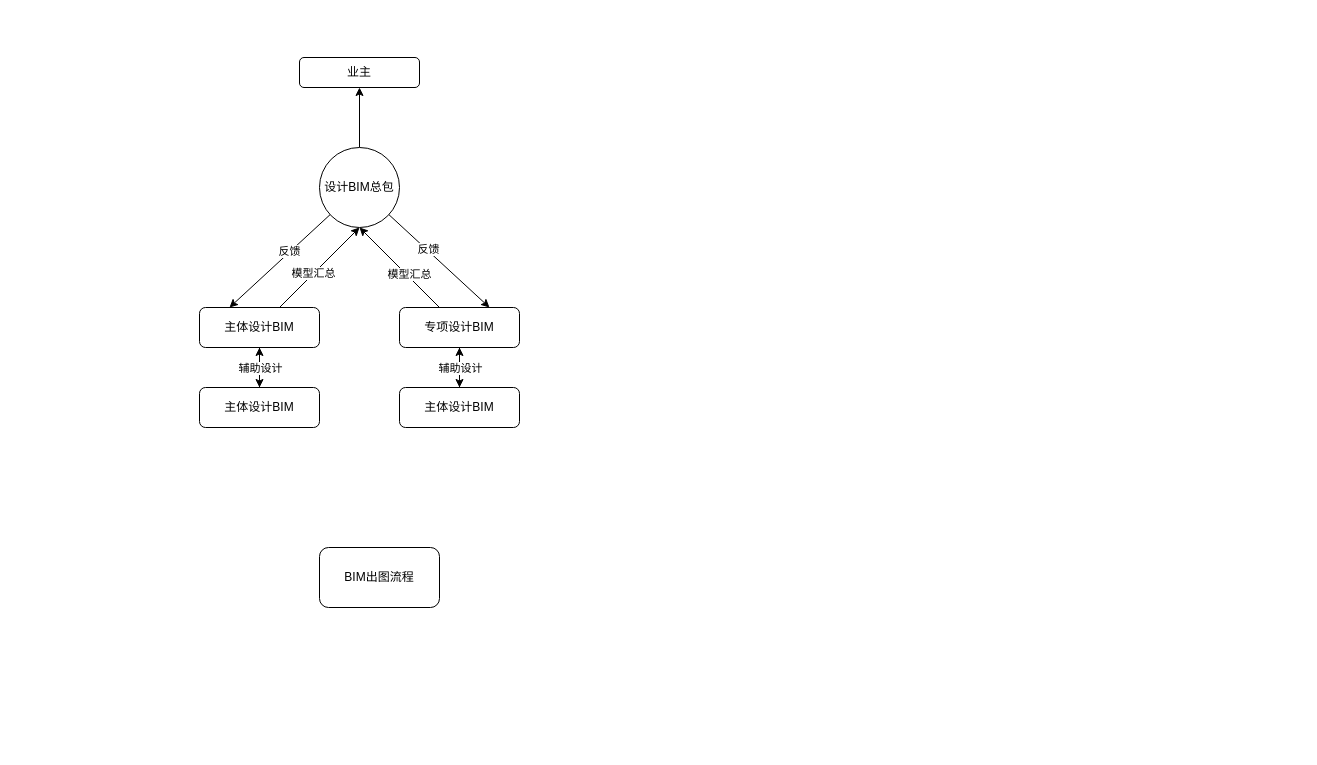
Above: BIM总包.drawio in gaochaowyq/MinderGraph (draw.io), before the change. Source tidied: cells renumbered, new cells numbered last; positions are measured from the earlier drawing's top-left corner, leaving out a move shared by most shapes. Both pictures are drawn from the tidied source at 100%, with x=0, y=0 at pixel (199, 57).
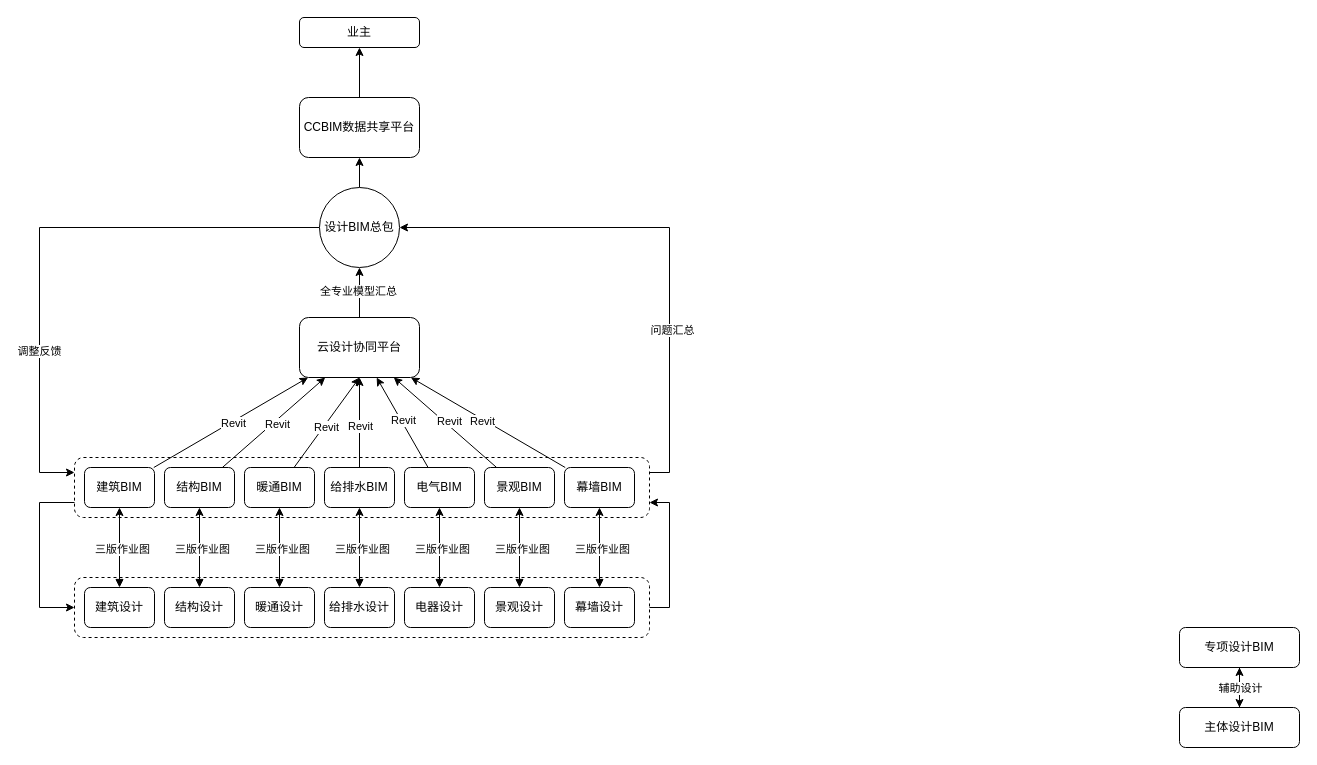
After the change.

What changed in the source:
```diff
@@
-    <mxCell id="2" style="edgeStyle=none;rounded=0;jettySize=auto;html=1;entryX=0.5;entryY=1;entryDx=0;entryDy=0;" parent="1" edge="1" source="7" target="16">
-      <mxGeometry relative="1" as="geometry" />
-    </mxCell>
-    <mxCell id="3" style="edgeStyle=none;rounded=0;jettySize=auto;html=1;entryX=0.25;entryY=0;entryDx=0;entryDy=0;" parent="1" edge="1" source="7" target="11">
-      <mxGeometry relative="1" as="geometry" />
-    </mxCell>
-    <mxCell id="4" value="反馈" style="edgeLabel;html=1;align=center;verticalAlign=middle;" parent="3" vertex="1">
-      <mxGeometry x="-0.2" y="-1" relative="1" as="geometry" />
-    </mxCell>
-    <mxCell id="5" style="edgeStyle=none;rounded=0;jettySize=auto;html=1;entryX=0.75;entryY=0;entryDx=0;entryDy=0;" parent="1" edge="1" source="7" target="15">
-      <mxGeometry relative="1" as="geometry" />
-    </mxCell>
-    <mxCell id="6" value="反馈" style="edgeLabel;html=1;align=center;verticalAlign=middle;" parent="5" vertex="1">
-      <mxGeometry x="-0.24" y="1" relative="1" as="geometry" />
-    </mxCell>
+    <mxCell id="24" style="edgeStyle=orthogonalEdgeStyle;rounded=0;jettySize=auto;html=1;" parent="1" edge="1" source="7" target="33">
+      <mxGeometry relative="1" as="geometry" />
+    </mxCell>
+    <mxCell id="25" style="edgeStyle=orthogonalEdgeStyle;rounded=0;jettySize=auto;html=1;entryX=0;entryY=0.25;entryDx=0;entryDy=0;exitX=0;exitY=0.5;exitDx=0;exitDy=0;" parent="1" edge="1" source="7" target="76">
+      <mxGeometry relative="1" as="geometry">
+        <Array as="points">
+          <mxPoint x="-160" y="170" />
+          <mxPoint x="-160" y="415" />
+        </Array>
+      </mxGeometry>
+    </mxCell>
+    <mxCell id="26" value="调整反馈" style="edgeLabel;html=1;align=center;verticalAlign=middle;" parent="25" vertex="1">
+      <mxGeometry x="0.44" y="-1" relative="1" as="geometry" />
+    </mxCell>
     <mxCell id="7" value="设计BIM总包" style="ellipse;whiteSpace=wrap;html=1;" parent="1" vertex="1">
-      <mxGeometry x="120" y="90" width="80" height="80" as="geometry" />
+      <mxGeometry x="120" y="130" width="80" height="80" as="geometry" />
     </mxCell>
-    <mxCell id="8" style="edgeStyle=none;rounded=0;jettySize=auto;html=1;entryX=0.5;entryY=1;entryDx=0;entryDy=0;" parent="1" edge="1" source="11" target="7">
-      <mxGeometry relative="1" as="geometry" />
-    </mxCell>
-    <mxCell id="9" value="模型汇总" style="edgeLabel;html=1;align=center;verticalAlign=middle;" parent="8" vertex="1">
-      <mxGeometry x="-0.15" relative="1" as="geometry">
-        <mxPoint y="-1" as="offset" />
-      </mxGeometry>
-    </mxCell>
-    <mxCell id="10" style="edgeStyle=none;rounded=0;jettySize=auto;html=1;" parent="1" edge="1" source="11" target="19">
-      <mxGeometry relative="1" as="geometry" />
-    </mxCell>
+    <mxCell id="27" style="rounded=0;jettySize=auto;html=1;" parent="1" edge="1" source="11" target="31">
+      <mxGeometry relative="1" as="geometry" />
+    </mxCell>
+    <mxCell id="28" value="Revit" style="edgeLabel;html=1;align=center;verticalAlign=middle;" parent="27" vertex="1">
+      <mxGeometry x="0.02" y="-1" relative="1" as="geometry" />
+    </mxCell>
-    <mxCell id="11" value="主体设计BIM" style="rounded=1;whiteSpace=wrap;html=1;" parent="1" vertex="1">
-      <mxGeometry y="250" width="120" height="40" as="geometry" />
+    <mxCell id="11" value="建筑BIM" style="rounded=1;whiteSpace=wrap;html=1;" parent="1" vertex="1">
+      <mxGeometry x="-115" y="410" width="70" height="40" as="geometry" />
     </mxCell>
-    <mxCell id="12" style="rounded=0;jettySize=auto;html=1;entryX=0.5;entryY=1;entryDx=0;entryDy=0;" parent="1" edge="1" source="15" target="7">
-      <mxGeometry relative="1" as="geometry" />
-    </mxCell>
-    <mxCell id="13" value="模型汇总" style="edgeLabel;html=1;align=center;verticalAlign=middle;" parent="12" vertex="1">
-      <mxGeometry x="-0.2" y="-2" relative="1" as="geometry" />
-    </mxCell>
@@
     <mxCell id="15" value="专项设计BIM" style="rounded=1;whiteSpace=wrap;html=1;" parent="1" vertex="1">
-      <mxGeometry x="200" y="250" width="120" height="40" as="geometry" />
+      <mxGeometry x="980" y="570" width="120" height="40" as="geometry" />
     </mxCell>
     <mxCell id="16" value="业主" style="rounded=1;whiteSpace=wrap;html=1;" parent="1" vertex="1">
-      <mxGeometry x="100" width="120" height="30" as="geometry" />
+      <mxGeometry x="100" y="-40" width="120" height="30" as="geometry" />
     </mxCell>
-    <mxCell id="17" style="edgeStyle=none;rounded=0;jettySize=auto;html=1;" parent="1" edge="1" source="19" target="11">
-      <mxGeometry relative="1" as="geometry" />
-    </mxCell>
-    <mxCell id="18" value="辅助设计" style="edgeLabel;html=1;align=center;verticalAlign=middle;" parent="17" vertex="1">
-      <mxGeometry x="0.47" y="-1" relative="1" as="geometry">
-        <mxPoint x="-1" y="9" as="offset" />
-      </mxGeometry>
-    </mxCell>
-    <mxCell id="19" value="主体设计BIM" style="rounded=1;whiteSpace=wrap;html=1;" parent="1" vertex="1">
-      <mxGeometry y="330" width="120" height="40" as="geometry" />
-    </mxCell>
@@
     <mxCell id="22" value="主体设计BIM" style="rounded=1;whiteSpace=wrap;html=1;" parent="1" vertex="1">
-      <mxGeometry x="200" y="330" width="120" height="40" as="geometry" />
+      <mxGeometry x="980" y="650" width="120" height="40" as="geometry" />
     </mxCell>
-    <mxCell id="23" value="BIM出图流程" style="rounded=1;whiteSpace=wrap;html=1;" parent="1" vertex="1">
-      <mxGeometry x="120" y="490" width="120" height="60" as="geometry" />
-    </mxCell>
+    <mxCell id="29" style="edgeStyle=orthogonalEdgeStyle;rounded=0;jettySize=auto;html=1;" parent="1" edge="1" source="31" target="7">
+      <mxGeometry relative="1" as="geometry" />
+    </mxCell>
+    <mxCell id="30" value="全专业模型汇总" style="edgeLabel;html=1;align=center;verticalAlign=middle;" parent="29" vertex="1">
+      <mxGeometry x="0.08" y="2" relative="1" as="geometry" />
+    </mxCell>
+    <mxCell id="31" value="云设计协同平台" style="rounded=1;whiteSpace=wrap;html=1;" parent="1" vertex="1">
+      <mxGeometry x="100" y="260" width="120" height="60" as="geometry" />
+    </mxCell>
+    <mxCell id="32" style="edgeStyle=orthogonalEdgeStyle;rounded=0;jettySize=auto;html=1;" parent="1" edge="1" source="33" target="16">
+      <mxGeometry relative="1" as="geometry" />
+    </mxCell>
+    <mxCell id="33" value="CCBIM数据共享平台" style="rounded=1;whiteSpace=wrap;html=1;" parent="1" vertex="1">
+      <mxGeometry x="100" y="40" width="120" height="60" as="geometry" />
+    </mxCell>
+    <mxCell id="34" style="rounded=0;jettySize=auto;html=1;" parent="1" edge="1" source="36" target="31">
+      <mxGeometry relative="1" as="geometry" />
+    </mxCell>
+    <mxCell id="35" value="Revit" style="edgeLabel;html=1;align=center;verticalAlign=middle;" parent="34" vertex="1">
+      <mxGeometry x="0.03" y="-3" relative="1" as="geometry" />
+    </mxCell>
+    <mxCell id="36" value="结构BIM" style="rounded=1;whiteSpace=wrap;html=1;" parent="1" vertex="1">
+      <mxGeometry x="-35" y="410" width="70" height="40" as="geometry" />
+    </mxCell>
+    <mxCell id="37" style="rounded=0;jettySize=auto;html=1;entryX=0.5;entryY=1;entryDx=0;entryDy=0;" parent="1" edge="1" source="39" target="31">
+      <mxGeometry relative="1" as="geometry" />
+    </mxCell>
+    <mxCell id="38" value="Revit" style="edgeLabel;html=1;align=center;verticalAlign=middle;" parent="37" vertex="1">
+      <mxGeometry x="-0.06" y="-2" relative="1" as="geometry" />
+    </mxCell>
+    <mxCell id="39" value="&lt;div&gt;暖通BIM&lt;/div&gt;" style="rounded=1;whiteSpace=wrap;html=1;" parent="1" vertex="1">
+      <mxGeometry x="45" y="410" width="70" height="40" as="geometry" />
+    </mxCell>
+    <mxCell id="40" style="rounded=0;jettySize=auto;html=1;entryX=0.5;entryY=1;entryDx=0;entryDy=0;" parent="1" edge="1" source="42" target="31">
+      <mxGeometry relative="1" as="geometry" />
+    </mxCell>
+    <mxCell id="41" value="Revit" style="edgeLabel;html=1;align=center;verticalAlign=middle;" parent="40" vertex="1">
+      <mxGeometry x="-0.06" relative="1" as="geometry" />
+    </mxCell>
+    <mxCell id="42" value="&lt;div&gt;给排水BIM&lt;/div&gt;" style="rounded=1;whiteSpace=wrap;html=1;" parent="1" vertex="1">
+      <mxGeometry x="125" y="410" width="70" height="40" as="geometry" />
+    </mxCell>
+    <mxCell id="43" style="rounded=0;jettySize=auto;html=1;" parent="1" edge="1" source="45" target="31">
+      <mxGeometry relative="1" as="geometry" />
+    </mxCell>
+    <mxCell id="44" value="Revit" style="edgeLabel;html=1;align=center;verticalAlign=middle;" parent="43" vertex="1">
+      <mxGeometry x="0.05" y="-2" relative="1" as="geometry" />
+    </mxCell>
+    <mxCell id="45" value="&lt;div&gt;电气BIM&lt;/div&gt;" style="rounded=1;whiteSpace=wrap;html=1;" parent="1" vertex="1">
+      <mxGeometry x="205" y="410" width="70" height="40" as="geometry" />
+    </mxCell>
+    <mxCell id="46" style="rounded=0;jettySize=auto;html=1;" parent="1" edge="1" source="48" target="31">
+      <mxGeometry relative="1" as="geometry" />
+    </mxCell>
+    <mxCell id="47" value="Revit" style="edgeLabel;html=1;align=center;verticalAlign=middle;" parent="46" vertex="1">
+      <mxGeometry x="0.07" y="-2" relative="1" as="geometry">
+        <mxPoint x="6" y="3" as="offset" />
+      </mxGeometry>
+    </mxCell>
+    <mxCell id="48" value="&lt;div&gt;景观BIM&lt;/div&gt;" style="rounded=1;whiteSpace=wrap;html=1;" parent="1" vertex="1">
+      <mxGeometry x="285" y="410" width="70" height="40" as="geometry" />
+    </mxCell>
+    <mxCell id="49" style="rounded=0;jettySize=auto;html=1;" parent="1" edge="1" source="51" target="31">
+      <mxGeometry relative="1" as="geometry" />
+    </mxCell>
+    <mxCell id="50" value="Revit" style="edgeLabel;html=1;align=center;verticalAlign=middle;" parent="49" vertex="1">
+      <mxGeometry x="0.06" y="2" relative="1" as="geometry" />
+    </mxCell>
+    <mxCell id="51" value="&lt;div&gt;幕墙BIM&lt;/div&gt;" style="rounded=1;whiteSpace=wrap;html=1;" parent="1" vertex="1">
+      <mxGeometry x="365" y="410" width="70" height="40" as="geometry" />
+    </mxCell>
+    <mxCell id="52" style="rounded=0;jettySize=auto;html=1;entryX=0.5;entryY=1;entryDx=0;entryDy=0;startArrow=block;startFill=1;" parent="1" edge="1" source="54" target="11">
+      <mxGeometry relative="1" as="geometry" />
+    </mxCell>
+    <mxCell id="53" value="三版作业图" style="edgeLabel;html=1;align=center;verticalAlign=middle;" parent="52" vertex="1">
+      <mxGeometry x="-0.03" y="-2" relative="1" as="geometry" />
+    </mxCell>
+    <mxCell id="54" value="建筑设计" style="rounded=1;whiteSpace=wrap;html=1;" parent="1" vertex="1">
+      <mxGeometry x="-115" y="530" width="70" height="40" as="geometry" />
+    </mxCell>
+    <mxCell id="55" style="rounded=0;jettySize=auto;html=1;startArrow=block;startFill=1;entryX=0.5;entryY=1;entryDx=0;entryDy=0;exitX=0.5;exitY=0;exitDx=0;exitDy=0;" parent="1" edge="1" source="57" target="36">
+      <mxGeometry relative="1" as="geometry" />
+    </mxCell>
+    <mxCell id="56" value="三版作业图" style="edgeLabel;html=1;align=center;verticalAlign=middle;" parent="55" vertex="1">
+      <mxGeometry x="-0.03" y="-2" relative="1" as="geometry" />
+    </mxCell>
+    <mxCell id="57" value="结构设计" style="rounded=1;whiteSpace=wrap;html=1;" parent="1" vertex="1">
+      <mxGeometry x="-35" y="530" width="70" height="40" as="geometry" />
+    </mxCell>
+    <mxCell id="58" style="rounded=0;jettySize=auto;html=1;startArrow=block;startFill=1;entryX=0.5;entryY=1;entryDx=0;entryDy=0;exitX=0.5;exitY=0;exitDx=0;exitDy=0;" parent="1" edge="1" source="60" target="39">
+      <mxGeometry relative="1" as="geometry" />
+    </mxCell>
+    <mxCell id="59" value="三版作业图" style="edgeLabel;html=1;align=center;verticalAlign=middle;" parent="58" vertex="1">
+      <mxGeometry x="-0.03" y="-2" relative="1" as="geometry" />
+    </mxCell>
+    <mxCell id="60" value="暖通设计" style="rounded=1;whiteSpace=wrap;html=1;" parent="1" vertex="1">
+      <mxGeometry x="45" y="530" width="70" height="40" as="geometry" />
+    </mxCell>
+    <mxCell id="61" style="rounded=0;jettySize=auto;html=1;startArrow=block;startFill=1;exitX=0.5;exitY=0;exitDx=0;exitDy=0;" parent="1" edge="1" source="63" target="42">
+      <mxGeometry relative="1" as="geometry" />
+    </mxCell>
+    <mxCell id="62" value="三版作业图" style="edgeLabel;html=1;align=center;verticalAlign=middle;" parent="61" vertex="1">
+      <mxGeometry x="-0.03" y="-2" relative="1" as="geometry" />
+    </mxCell>
+    <mxCell id="63" value="给排水设计" style="rounded=1;whiteSpace=wrap;html=1;" parent="1" vertex="1">
+      <mxGeometry x="125" y="530" width="70" height="40" as="geometry" />
+    </mxCell>
+    <mxCell id="64" style="rounded=0;jettySize=auto;html=1;startArrow=block;startFill=1;entryX=0.5;entryY=1;entryDx=0;entryDy=0;exitX=0.5;exitY=0;exitDx=0;exitDy=0;" parent="1" edge="1" source="66" target="45">
+      <mxGeometry relative="1" as="geometry" />
+    </mxCell>
+    <mxCell id="65" value="三版作业图" style="edgeLabel;html=1;align=center;verticalAlign=middle;" parent="64" vertex="1">
+      <mxGeometry x="-0.03" y="-2" relative="1" as="geometry" />
+    </mxCell>
+    <mxCell id="66" value="电器设计" style="rounded=1;whiteSpace=wrap;html=1;" parent="1" vertex="1">
+      <mxGeometry x="205" y="530" width="70" height="40" as="geometry" />
+    </mxCell>
+    <mxCell id="67" style="rounded=0;jettySize=auto;html=1;startArrow=block;startFill=1;entryX=0.5;entryY=1;entryDx=0;entryDy=0;exitX=0.5;exitY=0;exitDx=0;exitDy=0;" parent="1" edge="1" source="69" target="48">
+      <mxGeometry relative="1" as="geometry" />
+    </mxCell>
+    <mxCell id="68" value="三版作业图" style="edgeLabel;html=1;align=center;verticalAlign=middle;" parent="67" vertex="1">
+      <mxGeometry x="-0.03" y="-2" relative="1" as="geometry" />
+    </mxCell>
+    <mxCell id="69" value="景观设计" style="rounded=1;whiteSpace=wrap;html=1;" parent="1" vertex="1">
+      <mxGeometry x="285" y="530" width="70" height="40" as="geometry" />
+    </mxCell>
+    <mxCell id="70" style="rounded=0;jettySize=auto;html=1;startArrow=block;startFill=1;entryX=0.5;entryY=1;entryDx=0;entryDy=0;exitX=0.5;exitY=0;exitDx=0;exitDy=0;" parent="1" edge="1" source="72" target="51">
+      <mxGeometry relative="1" as="geometry" />
+    </mxCell>
+    <mxCell id="71" value="三版作业图" style="edgeLabel;html=1;align=center;verticalAlign=middle;" parent="70" vertex="1">
+      <mxGeometry x="-0.03" y="-2" relative="1" as="geometry" />
+    </mxCell>
+    <mxCell id="72" value="幕墙设计" style="rounded=1;whiteSpace=wrap;html=1;" parent="1" vertex="1">
+      <mxGeometry x="365" y="530" width="70" height="40" as="geometry" />
+    </mxCell>
+    <mxCell id="73" style="edgeStyle=orthogonalEdgeStyle;rounded=0;jettySize=auto;html=1;entryX=1;entryY=0.5;entryDx=0;entryDy=0;exitX=1;exitY=0.25;exitDx=0;exitDy=0;" parent="1" edge="1" source="76" target="7">
+      <mxGeometry relative="1" as="geometry" />
+    </mxCell>
+    <mxCell id="74" value="问题汇总" style="edgeLabel;html=1;align=center;verticalAlign=middle;" parent="73" vertex="1">
+      <mxGeometry x="-0.39" y="-2" relative="1" as="geometry" />
+    </mxCell>
+    <mxCell id="75" style="edgeStyle=orthogonalEdgeStyle;rounded=0;jettySize=auto;html=1;entryX=0;entryY=0.5;entryDx=0;entryDy=0;exitX=0;exitY=0.75;exitDx=0;exitDy=0;" parent="1" edge="1" source="76" target="78">
+      <mxGeometry relative="1" as="geometry">
+        <Array as="points">
+          <mxPoint x="-160" y="445" />
+          <mxPoint x="-160" y="550" />
+        </Array>
+      </mxGeometry>
+    </mxCell>
+    <mxCell id="76" style="rounded=1;whiteSpace=wrap;html=1;dashed=1;fillColor=none;" parent="1" vertex="1">
+      <mxGeometry x="-125" y="400" width="575" height="60" as="geometry" />
+    </mxCell>
+    <mxCell id="77" style="edgeStyle=orthogonalEdgeStyle;rounded=0;jettySize=auto;html=1;entryX=1;entryY=0.75;entryDx=0;entryDy=0;exitX=1;exitY=0.5;exitDx=0;exitDy=0;" parent="1" edge="1" source="78" target="76">
+      <mxGeometry relative="1" as="geometry" />
+    </mxCell>
+    <mxCell id="78" style="rounded=1;whiteSpace=wrap;html=1;fillColor=none;dashed=1;" parent="1" vertex="1">
+      <mxGeometry x="-125" y="520" width="575" height="60" as="geometry" />
+    </mxCell>
```
